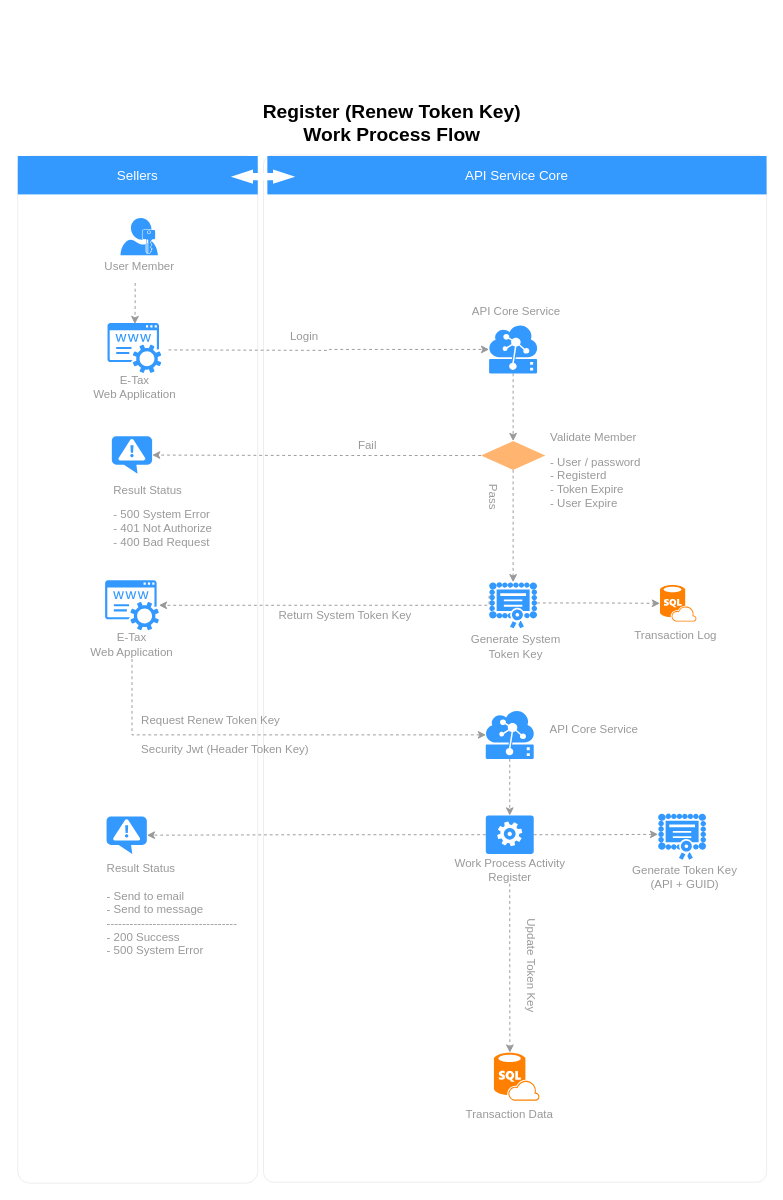
Earlier version of the draw.io diagram Register Renew Token-Key.drawio (nirawat/eTax). Source tidied: cells renumbered, new cells numbered last; positions are measured from the earlier drawing's top-left corner, leaving out a move shared by most shapes. Both pictures are drawn from the tidied source at 96%, with x=0, y=0 at pixel (17, 98).
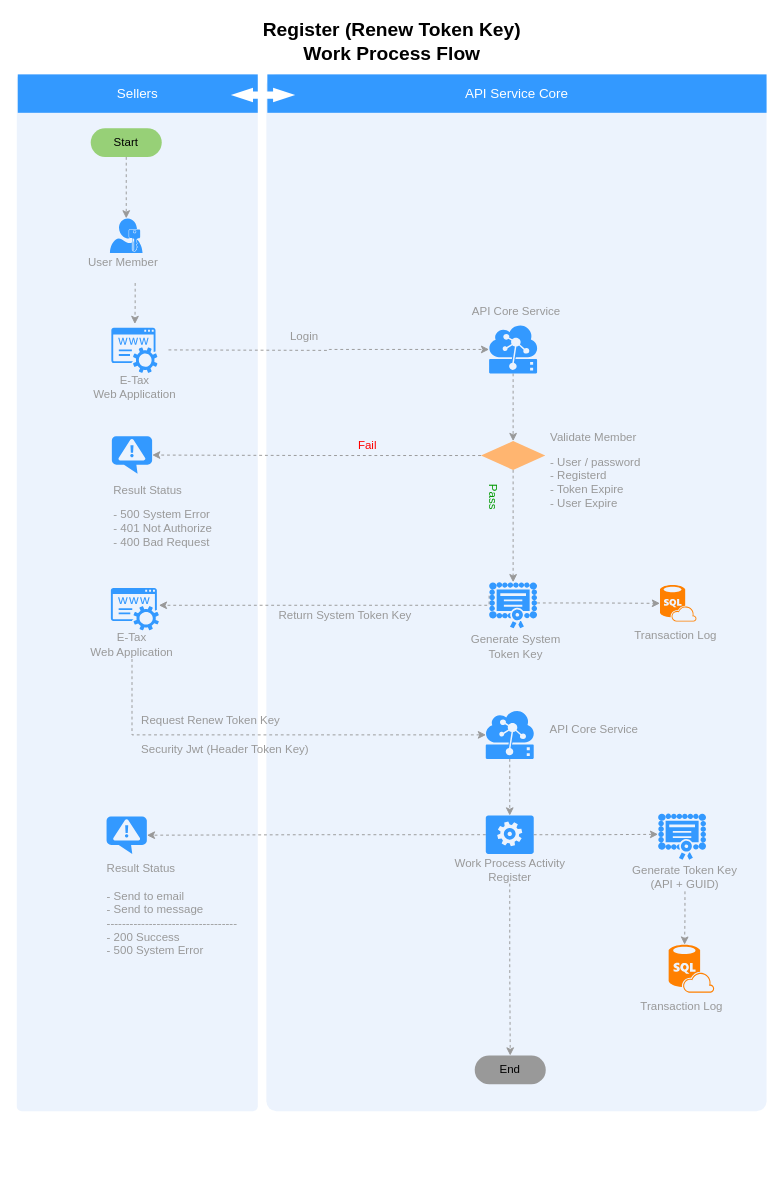
Above is the later version.

The change refers to these unchanged cells:
```xml
<mxCell id="14" value="Generate Token Key&lt;br&gt;(API + GUID)&lt;br&gt;" style="text;html=1;strokeColor=none;fillColor=none;align=center;verticalAlign=middle;whiteSpace=wrap;rounded=0;fontSize=12;fontColor=#999999;" parent="12" vertex="1">
  <mxGeometry y="54" width="114" height="30" as="geometry" />
</mxCell>
<mxCell id="21" style="group;" parent="20" vertex="1">
  <mxGeometry width="108" height="79" as="geometry" />
</mxCell>
<mxCell id="23" style="verticalLabelPosition=bottom;html=1;verticalAlign=top;align=center;strokeColor=none;fillColor=#FF8000;shape=mxgraph.azure.sql_database_sql_azure;fontSize=12;fontColor=#999999;" parent="21" vertex="1">
  <mxGeometry x="31" width="47.5" height="50" as="geometry" />
</mxCell>
<mxCell id="33" style="group;" parent="1" vertex="1">
  <mxGeometry x="66.5" y="264" width="110" height="82" as="geometry" />
</mxCell>
<mxCell id="37" style="group;" parent="1" vertex="1">
  <mxGeometry x="64" y="532" width="110" height="82" as="geometry" />
</mxCell>
<mxCell id="50" value="Work Process Activity&lt;br&gt;Register" style="text;html=1;strokeColor=none;fillColor=none;align=center;verticalAlign=middle;whiteSpace=wrap;rounded=0;fontSize=12;fontColor=#999999;" parent="1" vertex="1">
  <mxGeometry x="432.5" y="789" width="160" height="29" as="geometry" />
</mxCell>
```

Change to the diagram source:
```diff
@@
-    <mxCell id="2" style="rounded=1;whiteSpace=wrap;html=1;strokeColor=#E6E6E6;strokeWidth=1;fillColor=#FFFFFF;fontFamily=Helvetica;fontSize=14;fontColor=#FFB366;opacity=75;verticalAlign=top;fontStyle=1;arcSize=2;" parent="1" vertex="1">
-      <mxGeometry x="256" y="59" width="524" height="1070" as="geometry" />
-    </mxCell>
-    <mxCell id="3" style="rounded=1;whiteSpace=wrap;html=1;strokeColor=#E6E6E6;strokeWidth=1;fillColor=#FFFFFF;fontFamily=Helvetica;fontSize=14;fontColor=#FFB366;opacity=75;verticalAlign=top;fontStyle=1;arcSize=5;" parent="1" vertex="1">
-      <mxGeometry y="60" width="250" height="1070" as="geometry" />
-    </mxCell>
-    <mxCell id="4" value="Sellers" style="whiteSpace=wrap;html=1;dashed=1;strokeColor=none;strokeWidth=2;fillColor=#3399FF;fontFamily=Helvetica;fontSize=14;fontColor=#FFFFFF;fontStyle=0;" parent="1" vertex="1">
-      <mxGeometry y="60" width="250" height="40" as="geometry" />
-    </mxCell>
+    <mxCell id="63" style="rounded=1;whiteSpace=wrap;html=1;strokeColor=none;strokeWidth=1;fillColor=#dae8fc;fontSize=12;align=center;arcSize=2;opacity=50;" parent="1" vertex="1">
+      <mxGeometry x="-1" y="-25" width="251" height="1080" as="geometry" />
+    </mxCell>
+    <mxCell id="64" style="rounded=1;whiteSpace=wrap;html=1;strokeColor=none;strokeWidth=1;fillColor=#dae8fc;fontSize=12;align=center;arcSize=2;opacity=50;" parent="1" vertex="1">
+      <mxGeometry x="259" y="-25" width="521" height="1080" as="geometry" />
+    </mxCell>
     <mxCell id="5" value="API Service Core" style="whiteSpace=wrap;html=1;dashed=1;strokeColor=none;strokeWidth=2;fillColor=#3399FF;fontFamily=Helvetica;fontSize=14;fontColor=#FFFFFF;fontStyle=0;" parent="1" vertex="1">
-      <mxGeometry x="260" y="60" width="520" height="40" as="geometry" />
+      <mxGeometry x="260" y="-25" width="520" height="40" as="geometry" />
     </mxCell>
     <mxCell id="6" value="Register (Renew Token Key)&lt;br&gt;Work Process Flow" style="text;html=1;strokeColor=none;fillColor=none;align=center;verticalAlign=middle;whiteSpace=wrap;rounded=0;fontStyle=1;fontSize=20;" parent="1" vertex="1">
-      <mxGeometry x="210" width="360" height="50" as="geometry" />
+      <mxGeometry x="210" y="-85" width="360" height="50" as="geometry" />
     </mxCell>
-    <mxCell id="7" style="shape=mxgraph.arrows.two_way_arrow_horizontal;html=1;verticalLabelPosition=bottom;verticalAlign=top;strokeWidth=2;strokeColor=none;dashed=1;fillColor=#FFFFFF;fontFamily=Verdana;fontSize=12;fontColor=#00BEF2;" parent="1" vertex="1">
-      <mxGeometry x="222" y="74" width="67" height="15" as="geometry" />
-    </mxCell>
@@
-    <mxCell id="9" style="group;" parent="1" vertex="1">
-      <mxGeometry x="66.5" y="124.5" width="120" height="60.5" as="geometry" />
-    </mxCell>
-    <mxCell id="10" style="shadow=0;dashed=0;html=1;strokeColor=none;labelPosition=center;verticalLabelPosition=bottom;verticalAlign=top;align=center;shape=mxgraph.mscae.enterprise.user_permissions;fillColor=#3399FF;fontSize=14;" parent="9" vertex="1">
-      <mxGeometry x="40.5" width="39" height="39" as="geometry" />
-    </mxCell>
-    <mxCell id="11" value="&lt;font color=&quot;#999999&quot; style=&quot;font-size: 12px&quot;&gt;User Member&lt;/font&gt;" style="text;html=1;strokeColor=none;fillColor=none;align=center;verticalAlign=middle;whiteSpace=wrap;rounded=0;fontSize=12;" parent="9" vertex="1">
-      <mxGeometry y="40.5" width="120" height="20" as="geometry" />
-    </mxCell>
@@
     <mxCell id="20" style="group;" parent="1" vertex="1">
-      <mxGeometry x="465" y="994" width="108" height="79" as="geometry" />
+      <mxGeometry x="647" y="881.5" width="108" height="79" as="geometry" />
     </mxCell>
@@
-    <mxCell id="22" value="Transaction Data" style="text;html=1;strokeColor=none;fillColor=none;align=left;verticalAlign=middle;whiteSpace=wrap;rounded=0;fontSize=12;fontColor=#999999;" parent="21" vertex="1">
+    <mxCell id="22" value="Transaction Log" style="text;html=1;strokeColor=none;fillColor=none;align=left;verticalAlign=middle;whiteSpace=wrap;rounded=0;fontSize=12;fontColor=#999999;" parent="21" vertex="1">
       <mxGeometry y="50" width="108" height="29" as="geometry" />
     </mxCell>
@@
-    <mxCell id="30" value="&lt;div style=&quot;text-align: left&quot;&gt;&lt;span&gt;Pass&lt;/span&gt;&lt;/div&gt;" style="text;html=1;strokeColor=none;fillColor=none;align=left;verticalAlign=middle;whiteSpace=wrap;rounded=0;fontSize=12;fontColor=#999999;rotation=90;" parent="1" vertex="1">
+    <mxCell id="30" value="&lt;div style=&quot;text-align: left&quot;&gt;&lt;span&gt;Pass&lt;/span&gt;&lt;/div&gt;" style="text;html=1;strokeColor=none;fillColor=none;align=left;verticalAlign=middle;whiteSpace=wrap;rounded=0;fontSize=12;fontColor=#009900;rotation=90;" parent="1" vertex="1">
       <mxGeometry x="470" y="415" width="50" height="20" as="geometry" />
     </mxCell>
-    <mxCell id="31" value="Fail" style="text;html=1;strokeColor=none;fillColor=none;align=center;verticalAlign=middle;whiteSpace=wrap;rounded=0;fontSize=12;fontColor=#999999;" parent="1" vertex="1">
+    <mxCell id="31" value="Fail" style="text;html=1;strokeColor=none;fillColor=none;align=center;verticalAlign=middle;whiteSpace=wrap;rounded=0;fontSize=12;fontColor=#FF0000;" parent="1" vertex="1">
       <mxGeometry x="260" y="352" width="209" height="20" as="geometry" />
     </mxCell>
@@
     <mxCell id="34" style="shadow=0;dashed=0;html=1;strokeColor=none;fillColor=#3399FF;labelPosition=center;verticalLabelPosition=bottom;verticalAlign=top;align=center;shape=mxgraph.office.services.registrar_service;" parent="33" vertex="1">
-      <mxGeometry x="27" y="-30" width="56" height="52" as="geometry" />
+      <mxGeometry x="31" y="-25" width="48" height="47" as="geometry" />
     </mxCell>
@@
     <mxCell id="38" style="shadow=0;dashed=0;html=1;strokeColor=none;fillColor=#3399FF;labelPosition=center;verticalLabelPosition=bottom;verticalAlign=top;outlineConnect=0;align=center;shape=mxgraph.office.services.registrar_service;" parent="37" vertex="1">
-      <mxGeometry x="27" y="-30" width="56" height="52" as="geometry" />
+      <mxGeometry x="33" y="-22" width="50" height="44" as="geometry" />
     </mxCell>
@@
+    <mxCell id="65" style="edgeStyle=orthogonalEdgeStyle;rounded=0;jettySize=auto;html=1;exitX=0.5;exitY=1;exitDx=0;exitDy=0;entryX=0.5;entryY=0;entryDx=0;entryDy=0;dashed=1;strokeColor=#999999;fontColor=#FF0000;" parent="1" edge="1" source="50" target="66">
+      <mxGeometry relative="1" as="geometry" />
+    </mxCell>
@@
-    <mxCell id="51" style="edgeStyle=orthogonalEdgeStyle;rounded=0;jettySize=auto;html=1;exitX=0.5;exitY=1;exitDx=0;exitDy=0;entryX=0.35;entryY=0;entryDx=0;entryDy=0;entryPerimeter=0;dashed=1;strokeColor=#999999;" parent="1" edge="1" source="50" target="23">
+    <mxCell id="51" style="edgeStyle=orthogonalEdgeStyle;rounded=0;jettySize=auto;html=1;exitX=0.5;exitY=1;exitDx=0;exitDy=0;entryX=0.35;entryY=0;entryDx=0;entryDy=0;entryPerimeter=0;dashed=1;strokeColor=#999999;" parent="1" edge="1" source="14" target="23">
       <mxGeometry relative="1" as="geometry" />
     </mxCell>
-    <mxCell id="52" value="Update Token Key&lt;br&gt;" style="text;html=1;strokeColor=none;fillColor=none;align=center;verticalAlign=middle;whiteSpace=wrap;rounded=0;fontSize=12;fontColor=#999999;rotation=90;" parent="1" vertex="1">
-      <mxGeometry x="480" y="891" width="111" height="25" as="geometry" />
-    </mxCell>
@@
+    <mxCell id="4" value="Sellers" style="whiteSpace=wrap;html=1;dashed=1;strokeColor=none;strokeWidth=2;fillColor=#3399FF;fontFamily=Helvetica;fontSize=14;fontColor=#FFFFFF;fontStyle=0;" parent="1" vertex="1">
+      <mxGeometry y="-25" width="250" height="40" as="geometry" />
+    </mxCell>
+    <mxCell id="7" style="shape=mxgraph.arrows.two_way_arrow_horizontal;html=1;verticalLabelPosition=bottom;verticalAlign=top;strokeWidth=2;strokeColor=none;dashed=1;fillColor=#FFFFFF;fontFamily=Verdana;fontSize=12;fontColor=#00BEF2;" parent="1" vertex="1">
+      <mxGeometry x="222" y="-11" width="67" height="15" as="geometry" />
+    </mxCell>
+    <mxCell id="66" value="End" style="rounded=1;whiteSpace=wrap;html=1;fontColor=#000000;align=center;arcSize=50;labelBackgroundColor=none;fillColor=#999999;strokeColor=none;" parent="1" vertex="1">
+      <mxGeometry x="476" y="997" width="74" height="30" as="geometry" />
+    </mxCell>
+    <mxCell id="10" style="shadow=0;dashed=0;html=1;strokeColor=none;labelPosition=center;verticalLabelPosition=bottom;verticalAlign=top;align=center;shape=mxgraph.mscae.enterprise.user_permissions;fillColor=#3399FF;fontSize=14;" parent="1" vertex="1">
+      <mxGeometry x="96" y="125" width="34" height="36" as="geometry" />
+    </mxCell>
+    <mxCell id="11" value="&lt;font color=&quot;#999999&quot; style=&quot;font-size: 12px&quot;&gt;User Member&lt;/font&gt;" style="text;html=1;strokeColor=none;fillColor=none;align=center;verticalAlign=middle;whiteSpace=wrap;rounded=0;fontSize=12;" parent="1" vertex="1">
+      <mxGeometry x="67" y="162.2" width="86.1" height="18.3" as="geometry" />
+    </mxCell>
+    <mxCell id="67" style="edgeStyle=orthogonalEdgeStyle;rounded=0;jettySize=auto;html=1;exitX=0.5;exitY=1;exitDx=0;exitDy=0;entryX=0.5;entryY=0;entryDx=0;entryDy=0;entryPerimeter=0;dashed=1;strokeColor=#999999;fontColor=#FF0000;" parent="1" edge="1" source="68" target="10">
+      <mxGeometry relative="1" as="geometry" />
+    </mxCell>
+    <mxCell id="68" value="Start" style="rounded=1;whiteSpace=wrap;html=1;fontColor=#000000;align=center;arcSize=50;labelBackgroundColor=none;fillColor=#97D077;strokeColor=none;" parent="1" vertex="1">
+      <mxGeometry x="76" y="31" width="74" height="30" as="geometry" />
+    </mxCell>
```
